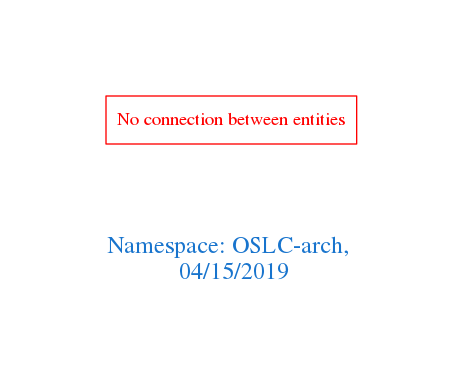
Above: downloads/OSLC-arch.png in arago/OGIT (Graphviz), before the change. Its source is kept beside it as downloads/OSLC-arch.dot.
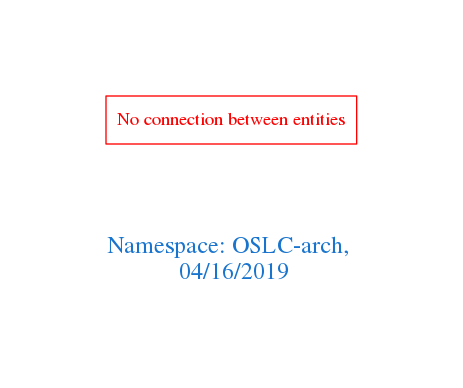
Later version of the same file.

The edit, as a diff of the source:
```diff
@@ -1,7 +1,7 @@
 digraph OGIT_ontology {
  graph [ rankdir= LR,pad=1
 fontsize = 18,
-fontcolor= dodgerblue3,label = "\n\n\nNamespace: OSLC-arch, \n 04/15/2019"];
+fontcolor= dodgerblue3,label = "\n\n\nNamespace: OSLC-arch, \n 04/16/2019"];
 node[shape=polygon];
 edge [  color="gray81"];
 
```
